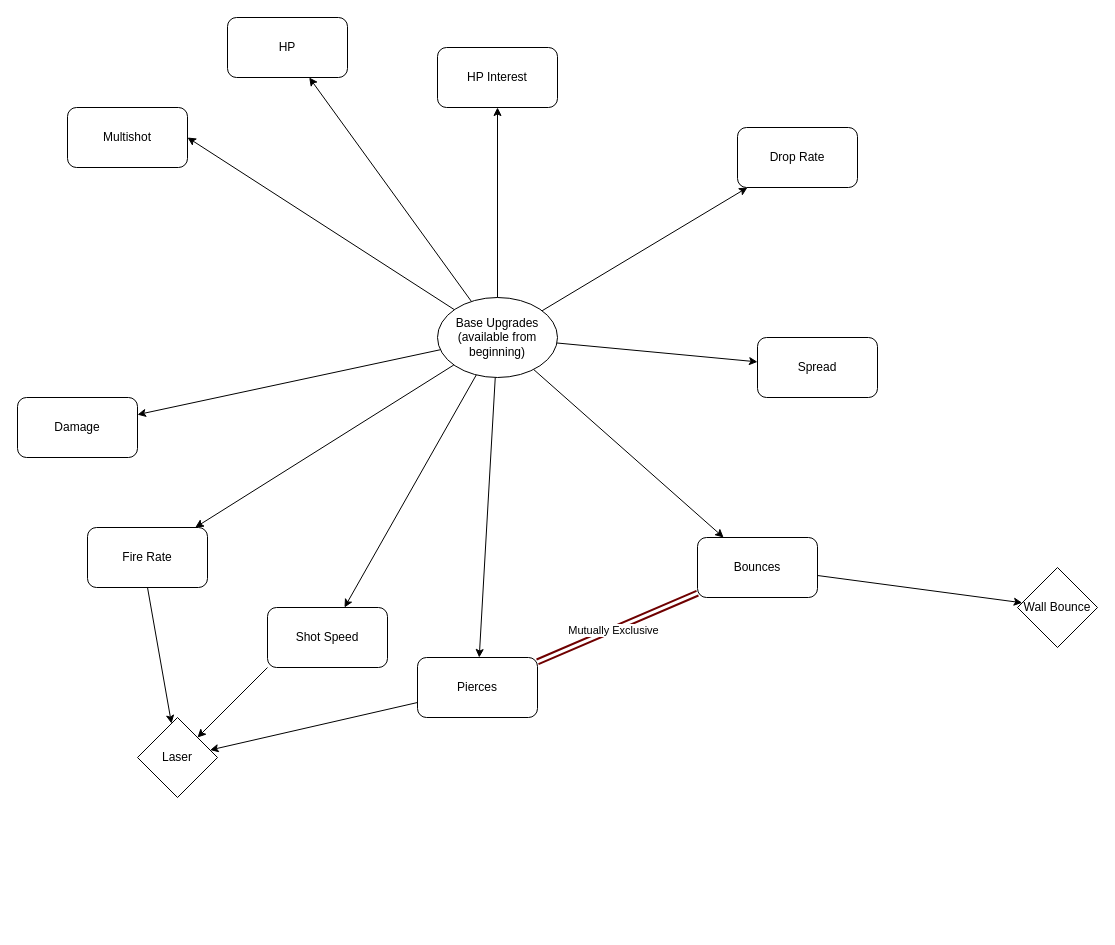
The draw.io diagram Upgrade Tree.drawio in griffinhcollins/godot-wave-shooter, before the edit. Source tidied: cells renumbered, new cells numbered last; positions are measured from the earlier drawing's top-left corner, leaving out a move shared by most shapes. Both pictures are drawn from the tidied source at 100%, with x=0, y=0 at pixel (17, 17).
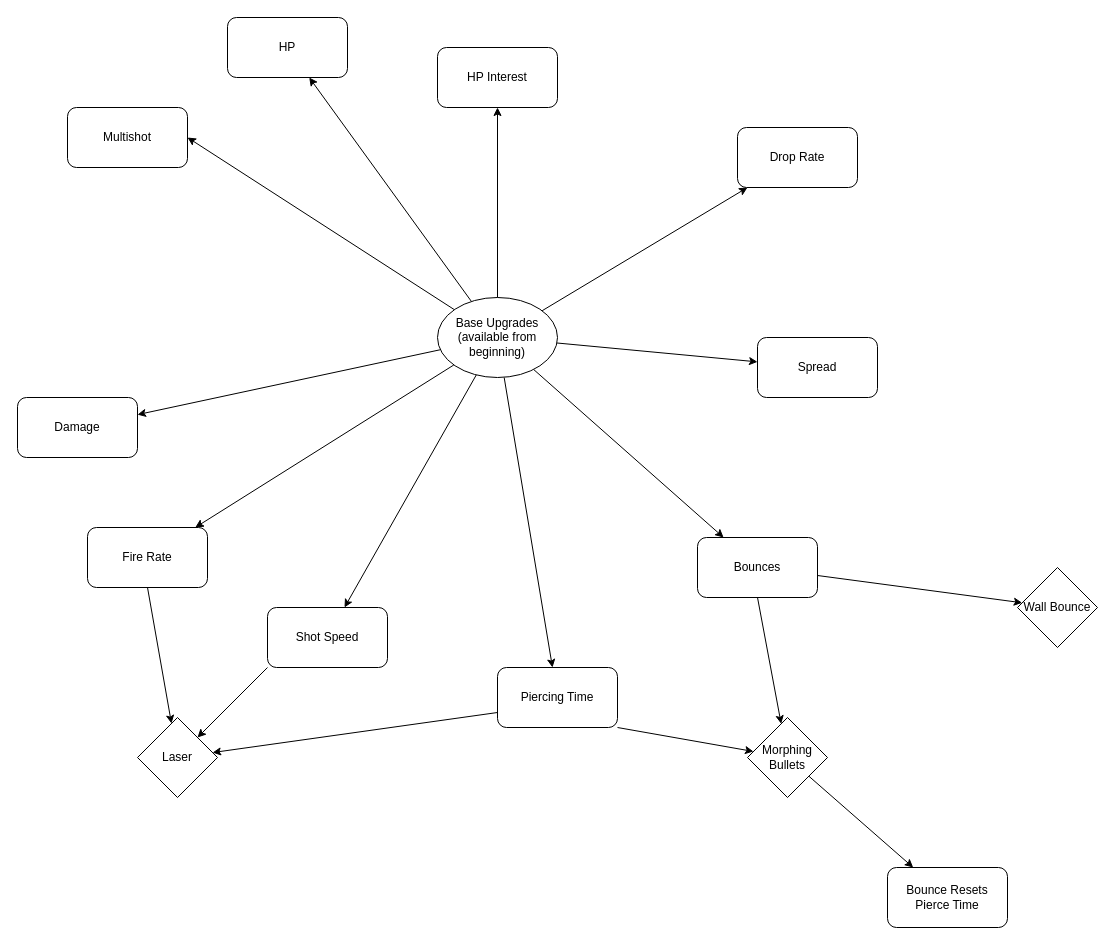
The same diagram, later.

Unchanged cells that the change refers to:
```xml
<mxCell id="23" value="Bounces" style="rounded=1;whiteSpace=wrap;html=1;" parent="1" vertex="1">
  <mxGeometry x="680" y="520" width="120" height="60" as="geometry" />
</mxCell>
```

Diff of the diagram source:
```diff
@@
+    <mxCell id="31" style="edgeStyle=none;rounded=0;jettySize=auto;html=1;exitX=1;exitY=1;exitDx=0;exitDy=0;" parent="1" edge="1" source="21" target="34">
+      <mxGeometry relative="1" as="geometry" />
+    </mxCell>
-    <mxCell id="21" value="Pierces" style="rounded=1;whiteSpace=wrap;html=1;" parent="1" vertex="1">
-      <mxGeometry x="400" y="640" width="120" height="60" as="geometry" />
+    <mxCell id="21" value="Piercing Time" style="rounded=1;whiteSpace=wrap;html=1;" parent="1" vertex="1">
+      <mxGeometry x="480" y="650" width="120" height="60" as="geometry" />
     </mxCell>
@@
+    <mxCell id="32" style="edgeStyle=none;rounded=0;jettySize=auto;html=1;exitX=0.5;exitY=1;exitDx=0;exitDy=0;" parent="1" edge="1" source="23" target="34">
+      <mxGeometry relative="1" as="geometry" />
+    </mxCell>
@@
-    <mxCell id="27" style="edgeStyle=none;rounded=0;jettySize=auto;html=1;shape=link;fillColor=#a20025;strokeColor=#6F0000;strokeWidth=2;" parent="1" edge="1" source="21" target="23">
-      <mxGeometry relative="1" as="geometry" />
-    </mxCell>
-    <mxCell id="28" value="Mutually Exclusive" style="edgeLabel;html=1;align=center;verticalAlign=middle;" parent="27" vertex="1">
-      <mxGeometry x="-0.06" y="-1" relative="1" as="geometry" />
-    </mxCell>
@@
+    <mxCell id="33" style="edgeStyle=none;rounded=0;jettySize=auto;html=1;" parent="1" edge="1" source="34" target="35">
+      <mxGeometry relative="1" as="geometry" />
+    </mxCell>
+    <mxCell id="34" value="Morphing Bullets" style="rhombus;whiteSpace=wrap;html=1;" parent="1" vertex="1">
+      <mxGeometry x="730" y="700" width="80" height="80" as="geometry" />
+    </mxCell>
+    <mxCell id="35" value="Bounce Resets Pierce Time" style="rounded=1;whiteSpace=wrap;html=1;" parent="1" vertex="1">
+      <mxGeometry x="870" y="850" width="120" height="60" as="geometry" />
+    </mxCell>
```
